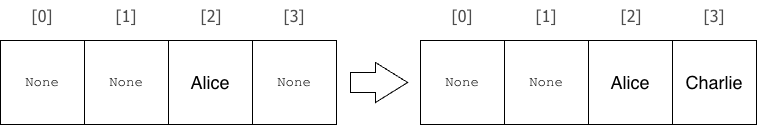
This is data_structures/probing.png from lgreco/images, a draw.io export, as it was before one commit. Source tidied: cells renumbered, new cells last; positions are measured from the earlier drawing's top-left corner, leaving out a move shared by most shapes.
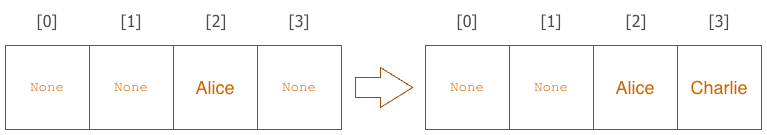
After the change.

What changed in the source:
```diff
@@ -2,16 +2,16 @@
   <root>
     <mxCell id="0" />
     <mxCell id="1" parent="0" />
-    <mxCell id="2" value="None" style="whiteSpace=wrap;html=1;fillColor=none;strokeWidth=1;fontFamily=Courier New;fontSize=14;" parent="1" vertex="1">
+    <mxCell id="2" value="None" style="whiteSpace=wrap;html=1;fillColor=none;strokeWidth=1;fontFamily=Courier New;fontSize=14;strokeColor=#994C00;fontColor=#CC6600;" parent="1" vertex="1">
       <mxGeometry y="40" width="84" height="84" as="geometry" />
     </mxCell>
-    <mxCell id="3" value="None" style="whiteSpace=wrap;html=1;fillColor=none;strokeWidth=1;fontFamily=Courier New;fontSize=14;" parent="1" vertex="1">
+    <mxCell id="3" value="None" style="whiteSpace=wrap;html=1;fillColor=none;strokeWidth=1;fontFamily=Courier New;fontSize=14;strokeColor=#994C00;fontColor=#CC6600;" parent="1" vertex="1">
       <mxGeometry x="84" y="40" width="84" height="84" as="geometry" />
     </mxCell>
-    <mxCell id="4" value="&lt;span style=&quot;font-size: 18px;&quot;&gt;Alice&lt;/span&gt;" style="whiteSpace=wrap;html=1;fillColor=none;strokeWidth=1;" parent="1" vertex="1">
+    <mxCell id="4" value="&lt;span style=&quot;font-size: 18px;&quot;&gt;Alice&lt;/span&gt;" style="whiteSpace=wrap;html=1;fillColor=none;strokeWidth=1;strokeColor=#994C00;fontColor=#CC6600;" parent="1" vertex="1">
       <mxGeometry x="168" y="40" width="84" height="84" as="geometry" />
     </mxCell>
-    <mxCell id="5" value="None" style="whiteSpace=wrap;html=1;fillColor=none;strokeWidth=1;fontFamily=Courier New;fontSize=14;" parent="1" vertex="1">
+    <mxCell id="5" value="None" style="whiteSpace=wrap;html=1;fillColor=none;strokeWidth=1;fontFamily=Courier New;fontSize=14;strokeColor=#994C00;fontColor=#CC6600;" parent="1" vertex="1">
       <mxGeometry x="252" y="40" width="84" height="84" as="geometry" />
     </mxCell>
     <mxCell id="6" value="[0]" style="text;html=1;whiteSpace=wrap;strokeColor=none;fillColor=none;align=center;verticalAlign=middle;rounded=0;fontFamily=Tahoma;fontSize=16;fontColor=#4D4D4D;" parent="1" vertex="1">
@@ -26,16 +26,16 @@
     <mxCell id="9" value="[3]" style="text;html=1;whiteSpace=wrap;strokeColor=none;fillColor=none;align=center;verticalAlign=middle;rounded=0;fontFamily=Tahoma;fontSize=16;fontColor=#4D4D4D;" parent="1" vertex="1">
       <mxGeometry x="264" width="60" height="30" as="geometry" />
     </mxCell>
-    <mxCell id="10" value="None" style="whiteSpace=wrap;html=1;fillColor=none;strokeWidth=1;fontFamily=Courier New;fontSize=14;" parent="1" vertex="1">
+    <mxCell id="10" value="None" style="whiteSpace=wrap;html=1;fillColor=none;strokeWidth=1;fontFamily=Courier New;fontSize=14;strokeColor=#994C00;fontColor=#CC6600;" parent="1" vertex="1">
       <mxGeometry x="420" y="40" width="84" height="84" as="geometry" />
     </mxCell>
-    <mxCell id="11" value="None" style="whiteSpace=wrap;html=1;fillColor=none;strokeWidth=1;fontFamily=Courier New;fontSize=14;" parent="1" vertex="1">
+    <mxCell id="11" value="None" style="whiteSpace=wrap;html=1;fillColor=none;strokeWidth=1;fontFamily=Courier New;fontSize=14;strokeColor=#994C00;fontColor=#CC6600;" parent="1" vertex="1">
       <mxGeometry x="504" y="40" width="84" height="84" as="geometry" />
     </mxCell>
-    <mxCell id="12" value="&lt;span style=&quot;font-size: 18px;&quot;&gt;Alice&lt;/span&gt;" style="whiteSpace=wrap;html=1;fillColor=none;strokeWidth=1;" parent="1" vertex="1">
+    <mxCell id="12" value="&lt;span style=&quot;font-size: 18px;&quot;&gt;Alice&lt;/span&gt;" style="whiteSpace=wrap;html=1;fillColor=none;strokeWidth=1;strokeColor=#994C00;fontColor=#CC6600;" parent="1" vertex="1">
       <mxGeometry x="588" y="40" width="84" height="84" as="geometry" />
     </mxCell>
-    <mxCell id="13" value="&lt;span style=&quot;font-family: Helvetica; font-size: 18px;&quot;&gt;Charlie&lt;/span&gt;" style="whiteSpace=wrap;html=1;fillColor=none;strokeWidth=1;fontFamily=Courier New;fontSize=14;" parent="1" vertex="1">
+    <mxCell id="13" value="&lt;span style=&quot;font-family: Helvetica; font-size: 18px;&quot;&gt;Charlie&lt;/span&gt;" style="whiteSpace=wrap;html=1;fillColor=none;strokeWidth=1;fontFamily=Courier New;fontSize=14;strokeColor=#994C00;fontColor=#CC6600;" parent="1" vertex="1">
       <mxGeometry x="672" y="40" width="84" height="84" as="geometry" />
     </mxCell>
     <mxCell id="14" value="[0]" style="text;html=1;whiteSpace=wrap;strokeColor=none;fillColor=none;align=center;verticalAlign=middle;rounded=0;fontFamily=Tahoma;fontSize=16;fontColor=#4D4D4D;" parent="1" vertex="1">
@@ -50,7 +50,7 @@
     <mxCell id="17" value="[3]" style="text;html=1;whiteSpace=wrap;strokeColor=none;fillColor=none;align=center;verticalAlign=middle;rounded=0;fontFamily=Tahoma;fontSize=16;fontColor=#4D4D4D;" parent="1" vertex="1">
       <mxGeometry x="684" width="60" height="30" as="geometry" />
     </mxCell>
-    <mxCell id="18" style="html=1;shadow=0;dashed=0;align=center;verticalAlign=middle;shape=mxgraph.arrows2.arrow;dy=0.5;dx=32.14;notch=0;" parent="1" vertex="1">
+    <mxCell id="18" style="html=1;shadow=0;dashed=0;align=center;verticalAlign=middle;shape=mxgraph.arrows2.arrow;dy=0.5;dx=32.14;notch=0;strokeColor=#994C00;fontColor=#CC6600;" parent="1" vertex="1">
       <mxGeometry x="350" y="62" width="57.1" height="40" as="geometry" />
     </mxCell>
   </root>
```
